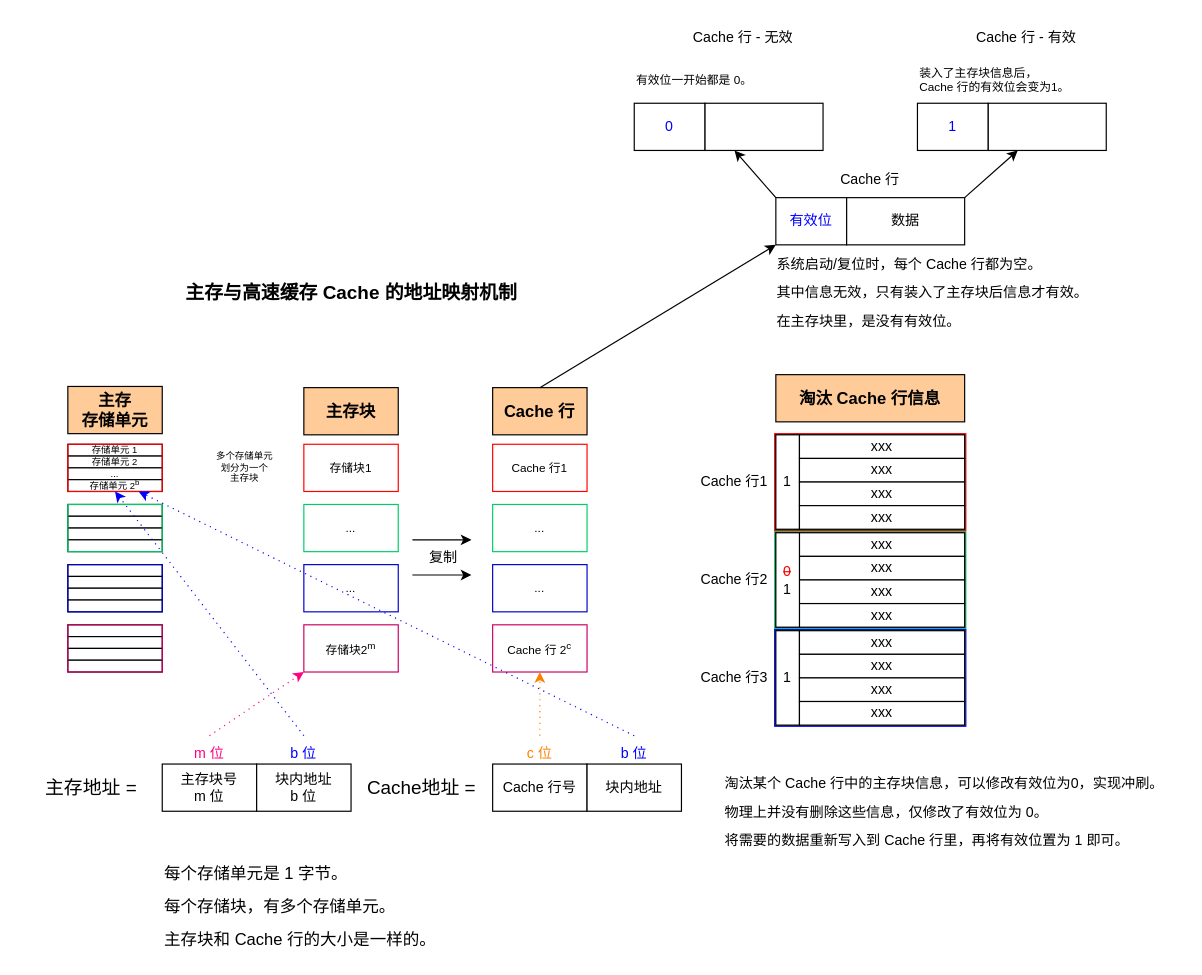
Above: files/computer_science/主存与高速缓存Cache的地址映射机制.drawio in weizhiqimail/draw.io.repo (draw.io), before the change. Source tidied: cells renumbered, new cells numbered last; positions are measured from the earlier drawing's top-left corner, leaving out a move shared by most shapes. Both pictures are drawn from the tidied source at 118%, with x=0, y=0 at pixel (20, 20).
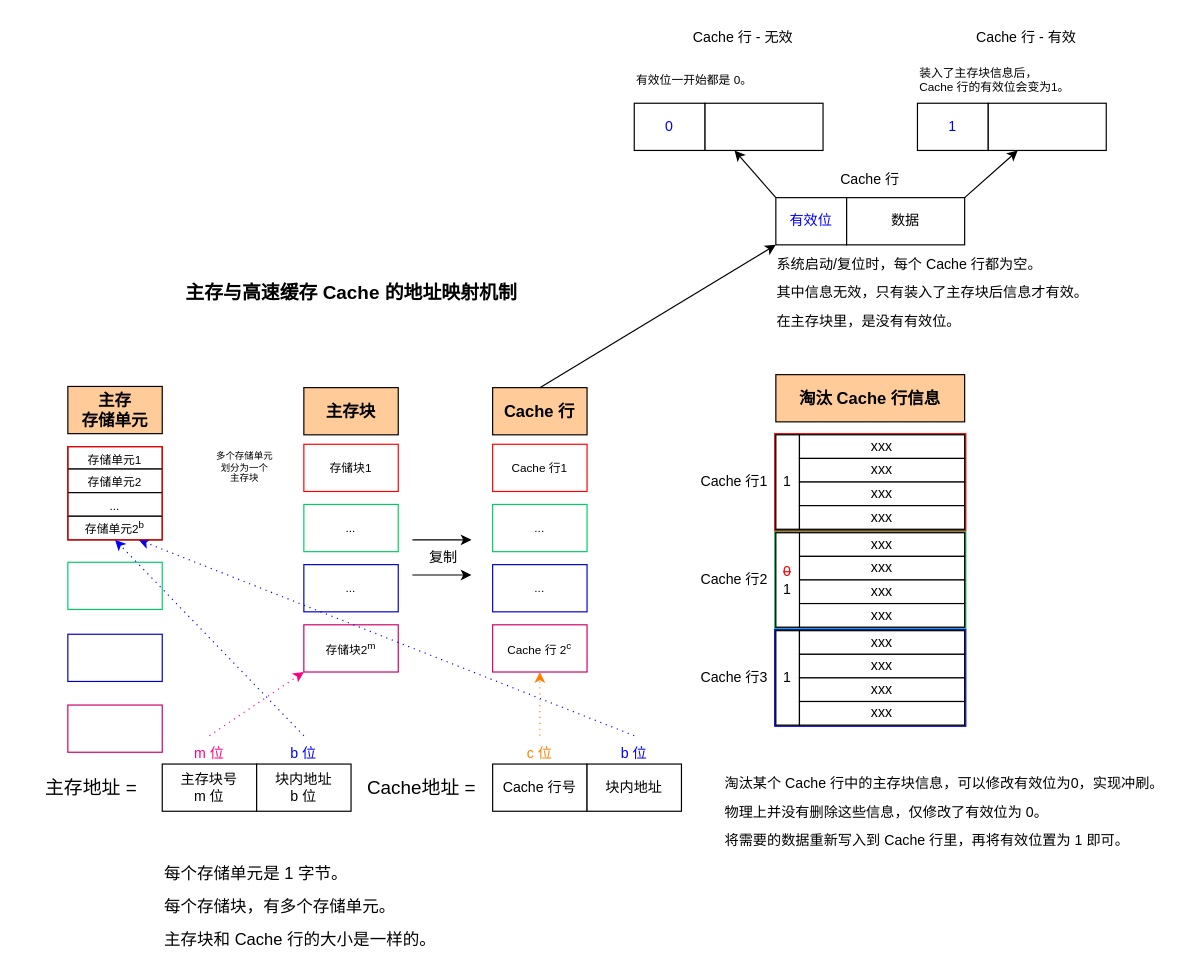
The same diagram, later.

Commit message:
Update 主存与高速缓存Cache的地址映射机制.drawio

The edit, as a diff of the source:
```diff
@@
-    <mxCell id="29" style="rounded=0;whiteSpace=wrap;html=1;fontSize=14;strokeColor=#000000;" parent="1" vertex="1">
-      <mxGeometry x="40" y="359" width="80" height="10" as="geometry" />
-    </mxCell>
-    <mxCell id="30" value="存储单元 1" style="text;html=1;align=center;verticalAlign=middle;whiteSpace=wrap;rounded=0;fontSize=8;" parent="1" vertex="1">
-      <mxGeometry x="50" y="359" width="60" height="10" as="geometry" />
-    </mxCell>
-    <mxCell id="31" style="rounded=0;whiteSpace=wrap;html=1;fontSize=14;strokeColor=#000000;" parent="1" vertex="1">
-      <mxGeometry x="40" y="369" width="80" height="10" as="geometry" />
-    </mxCell>
-    <mxCell id="32" style="rounded=0;whiteSpace=wrap;html=1;fontSize=14;strokeColor=#000000;" parent="1" vertex="1">
-      <mxGeometry x="40" y="379" width="80" height="10" as="geometry" />
-    </mxCell>
-    <mxCell id="33" style="rounded=0;whiteSpace=wrap;html=1;fontSize=14;strokeColor=#000000;" parent="1" vertex="1">
-      <mxGeometry x="40" y="389" width="80" height="10" as="geometry" />
-    </mxCell>
-    <mxCell id="34" style="rounded=0;whiteSpace=wrap;html=1;fontSize=14;strokeColor=#000000;" parent="1" vertex="1">
-      <mxGeometry x="40" y="410" width="80" height="10" as="geometry" />
-    </mxCell>
-    <mxCell id="35" style="rounded=0;whiteSpace=wrap;html=1;fontSize=14;strokeColor=#000000;" parent="1" vertex="1">
-      <mxGeometry x="40" y="420" width="80" height="10" as="geometry" />
-    </mxCell>
-    <mxCell id="36" style="rounded=0;whiteSpace=wrap;html=1;fontSize=14;strokeColor=#000000;" parent="1" vertex="1">
-      <mxGeometry x="40" y="430" width="80" height="10" as="geometry" />
-    </mxCell>
-    <mxCell id="37" style="rounded=0;whiteSpace=wrap;html=1;fontSize=14;strokeColor=#000000;" parent="1" vertex="1">
-      <mxGeometry x="40" y="440" width="80" height="10" as="geometry" />
-    </mxCell>
-    <mxCell id="38" style="rounded=0;whiteSpace=wrap;html=1;fontSize=14;strokeColor=#000000;" parent="1" vertex="1">
-      <mxGeometry x="40" y="461" width="80" height="10" as="geometry" />
-    </mxCell>
-    <mxCell id="39" style="rounded=0;whiteSpace=wrap;html=1;fontSize=14;strokeColor=#000000;" parent="1" vertex="1">
-      <mxGeometry x="40" y="471" width="80" height="10" as="geometry" />
-    </mxCell>
-    <mxCell id="40" style="rounded=0;whiteSpace=wrap;html=1;fontSize=14;strokeColor=#000000;" parent="1" vertex="1">
-      <mxGeometry x="40" y="481" width="80" height="10" as="geometry" />
-    </mxCell>
-    <mxCell id="41" style="rounded=0;whiteSpace=wrap;html=1;fontSize=14;strokeColor=#000000;" parent="1" vertex="1">
-      <mxGeometry x="40" y="491" width="80" height="10" as="geometry" />
-    </mxCell>
-    <mxCell id="42" style="rounded=0;whiteSpace=wrap;html=1;fontSize=14;strokeColor=#000000;" parent="1" vertex="1">
-      <mxGeometry x="40" y="512" width="80" height="10" as="geometry" />
-    </mxCell>
-    <mxCell id="43" style="rounded=0;whiteSpace=wrap;html=1;fontSize=14;strokeColor=#000000;" parent="1" vertex="1">
-      <mxGeometry x="40" y="522" width="80" height="10" as="geometry" />
-    </mxCell>
-    <mxCell id="44" style="rounded=0;whiteSpace=wrap;html=1;fontSize=14;strokeColor=#000000;" parent="1" vertex="1">
-      <mxGeometry x="40" y="532" width="80" height="10" as="geometry" />
-    </mxCell>
-    <mxCell id="45" style="rounded=0;whiteSpace=wrap;html=1;fontSize=14;strokeColor=#000000;" parent="1" vertex="1">
-      <mxGeometry x="40" y="542" width="80" height="10" as="geometry" />
-    </mxCell>
-    <mxCell id="46" value="存储单元 2" style="text;html=1;align=center;verticalAlign=middle;whiteSpace=wrap;rounded=0;fontSize=8;" parent="1" vertex="1">
-      <mxGeometry x="50" y="369" width="60" height="10" as="geometry" />
-    </mxCell>
-    <mxCell id="47" value="..." style="text;html=1;align=center;verticalAlign=middle;whiteSpace=wrap;rounded=0;fontSize=8;" parent="1" vertex="1">
-      <mxGeometry x="50" y="379" width="60" height="10" as="geometry" />
-    </mxCell>
-    <mxCell id="48" value="存储单元 2&lt;sup&gt;b&lt;/sup&gt;" style="text;html=1;align=center;verticalAlign=middle;whiteSpace=wrap;rounded=0;fontSize=8;" parent="1" vertex="1">
-      <mxGeometry x="50" y="389" width="60" height="10" as="geometry" />
-    </mxCell>
-    <mxCell id="49" style="rounded=0;whiteSpace=wrap;html=1;fontSize=14;strokeColor=#FF0000;fillColor=none;strokeWidth=1;" parent="1" vertex="1">
-      <mxGeometry x="40" y="359" width="80" height="40" as="geometry" />
-    </mxCell>
     <mxCell id="50" style="rounded=0;whiteSpace=wrap;html=1;fontSize=14;strokeColor=#0000CC;fillColor=none;strokeWidth=1;" parent="1" vertex="1">
-      <mxGeometry x="40" y="461" width="80" height="40" as="geometry" />
+      <mxGeometry x="40" y="520" width="80" height="40" as="geometry" />
     </mxCell>
     <mxCell id="51" style="rounded=0;whiteSpace=wrap;html=1;fontSize=14;strokeColor=#00CC66;fillColor=none;strokeWidth=1;" parent="1" vertex="1">
-      <mxGeometry x="40" y="410" width="80" height="40" as="geometry" />
+      <mxGeometry x="40" y="459" width="80" height="40" as="geometry" />
     </mxCell>
     <mxCell id="52" style="rounded=0;whiteSpace=wrap;html=1;fontSize=14;strokeColor=#CC0066;strokeWidth=1;fillColor=none;" parent="1" vertex="1">
-      <mxGeometry x="40" y="512" width="80" height="40" as="geometry" />
+      <mxGeometry x="40" y="580" width="80" height="40" as="geometry" />
     </mxCell>
@@
+    <mxCell id="29" value="&lt;font style=&quot;font-size: 10px;&quot;&gt;存储单元1&lt;/font&gt;" style="rounded=0;whiteSpace=wrap;html=1;fontSize=14;strokeColor=#000000;" parent="1" vertex="1">
+      <mxGeometry x="40" y="361" width="80" height="19" as="geometry" />
+    </mxCell>
+    <mxCell id="104" value="&lt;font style=&quot;font-size: 10px;&quot;&gt;存储单元2&lt;/font&gt;" style="rounded=0;whiteSpace=wrap;html=1;fontSize=14;strokeColor=#000000;" parent="1" vertex="1">
+      <mxGeometry x="40" y="380" width="80" height="20" as="geometry" />
+    </mxCell>
+    <mxCell id="47" value="&lt;span style=&quot;font-size: 10px;&quot;&gt;...&lt;/span&gt;" style="rounded=0;whiteSpace=wrap;html=1;fontSize=14;strokeColor=#000000;" parent="1" vertex="1">
+      <mxGeometry x="40" y="400" width="80" height="20" as="geometry" />
+    </mxCell>
+    <mxCell id="105" value="&lt;span style=&quot;font-size: 10px;&quot;&gt;存储单元2&lt;sup&gt;b&lt;/sup&gt;&lt;/span&gt;" style="rounded=0;whiteSpace=wrap;html=1;fontSize=14;strokeColor=#000000;" parent="1" vertex="1">
+      <mxGeometry x="40" y="420" width="80" height="20" as="geometry" />
+    </mxCell>
+    <mxCell id="49" style="rounded=0;whiteSpace=wrap;html=1;fontSize=14;strokeColor=#FF0000;fillColor=none;strokeWidth=1;" parent="1" vertex="1">
+      <mxGeometry x="40" y="361" width="80" height="79" as="geometry" />
+    </mxCell>
```
